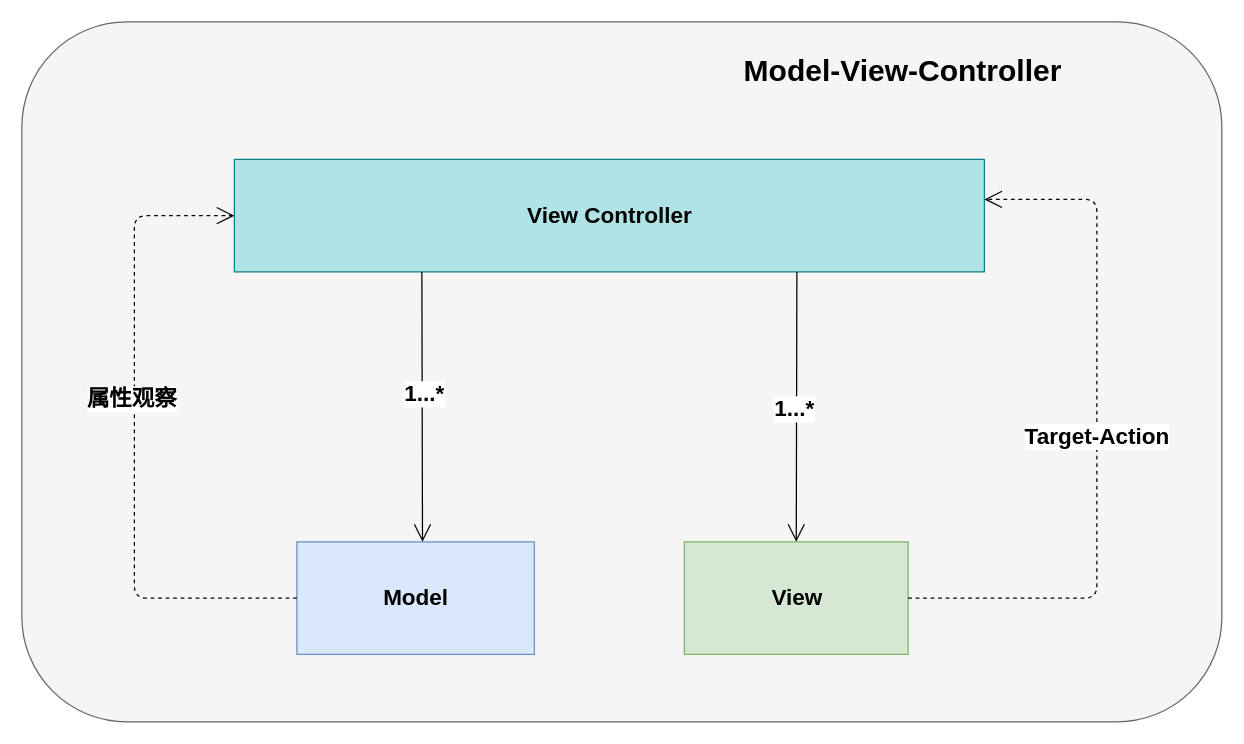
Above: page "MVC" (2 of 4) of OrzSwiftDP.drawio in OrzGeeker/OrzDP (draw.io), before the change. Source tidied: cells renumbered, new cells numbered last; positions are measured from the earlier drawing's top-left corner, leaving out a move shared by most shapes. Both pictures are drawn from the tidied source at 125%, with x=0, y=0 at pixel (21, 21).
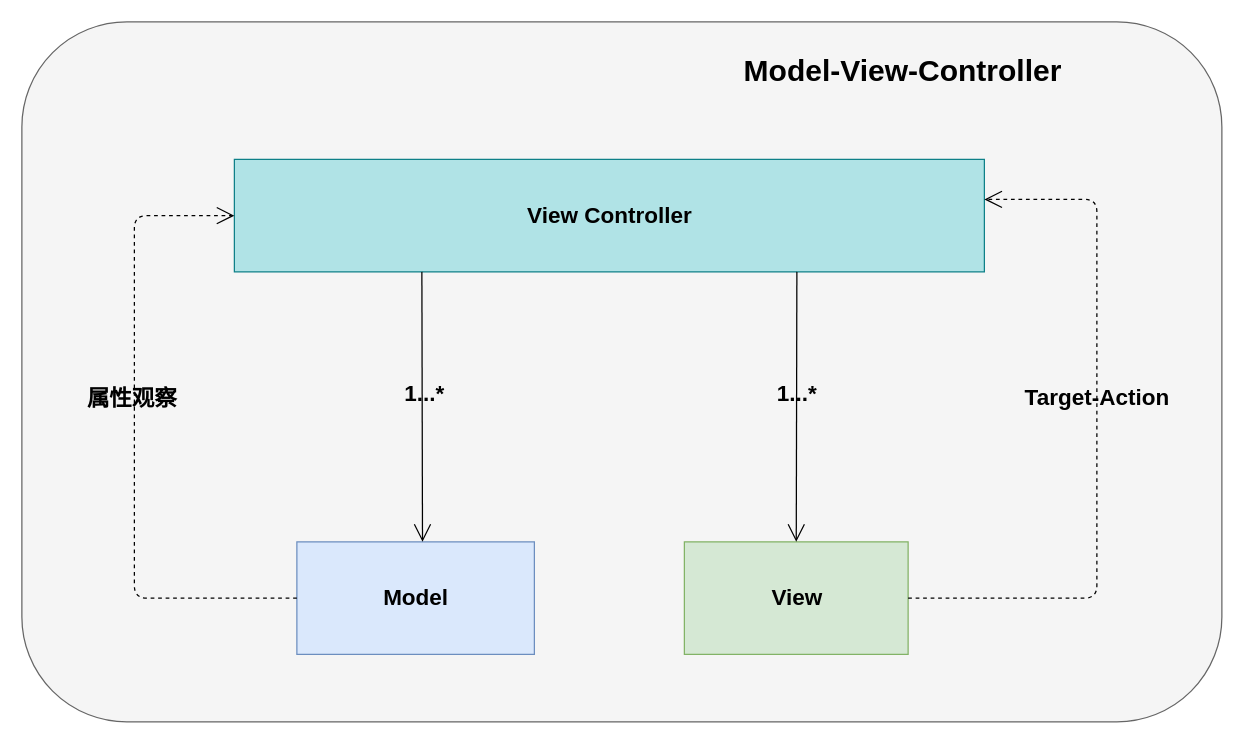
After the change.

Diff of the diagram source:
```diff
@@
 <mxGraphModel>
   <root>
     <mxCell id="0" />
     <mxCell id="1" parent="0" />
     <mxCell id="2" style="group;rounded=0;" parent="1" vertex="1">
       <mxGeometry width="960" height="560" as="geometry" />
     </mxCell>
     <mxCell id="3" style="rounded=1;whiteSpace=wrap;html=1;fillColor=#f5f5f5;strokeColor=#666666;fontColor=#333333;" parent="2" vertex="1">
       <mxGeometry width="960" height="560" as="geometry" />
     </mxCell>
     <mxCell id="4" value="&lt;font style=&quot;font-size: 18px&quot;&gt;&lt;b&gt;View Controller&lt;/b&gt;&lt;/font&gt;" style="html=1;fillColor=#b0e3e6;strokeColor=#0e8088;" parent="2" vertex="1">
       <mxGeometry x="170" y="110" width="600" height="90" as="geometry" />
     </mxCell>
     <mxCell id="5" value="&lt;font style=&quot;font-size: 18px&quot;&gt;&lt;b&gt;Model&lt;/b&gt;&lt;/font&gt;" style="html=1;fillColor=#dae8fc;strokeColor=#6c8ebf;" parent="2" vertex="1">
       <mxGeometry x="220" y="416" width="190" height="90" as="geometry" />
     </mxCell>
     <mxCell id="6" value="&lt;font size=&quot;4&quot;&gt;&lt;b&gt;View&lt;/b&gt;&lt;/font&gt;" style="html=1;fillColor=#d5e8d4;strokeColor=#82b366;" parent="2" vertex="1">
       <mxGeometry x="530" y="416" width="179" height="90" as="geometry" />
     </mxCell>
     <mxCell id="7" style="endArrow=open;endFill=1;endSize=12;html=1;entryX=0.529;entryY=0;entryDx=0;entryDy=0;exitX=0.25;exitY=1;exitDx=0;exitDy=0;entryPerimeter=0;" parent="2" edge="1" source="4" target="5">
       <mxGeometry relative="1" as="geometry" />
     </mxCell>
-    <mxCell id="8" value="&lt;b&gt;&lt;font style=&quot;font-size: 18px&quot;&gt;1...*&lt;/font&gt;&lt;/b&gt;" style="edgeLabel;html=1;align=center;verticalAlign=middle;" parent="7" vertex="1">
+    <mxCell id="8" value="&lt;b&gt;&lt;font style=&quot;font-size: 18px&quot;&gt;1...*&lt;/font&gt;&lt;/b&gt;" style="edgeLabel;html=1;align=center;verticalAlign=middle;labelBackgroundColor=none;" parent="7" vertex="1">
       <mxGeometry x="-0.09" y="1" relative="1" as="geometry" />
     </mxCell>
     <mxCell id="9" style="endArrow=open;endFill=1;endSize=12;html=1;exitX=0.75;exitY=1;exitDx=0;exitDy=0;entryX=0.5;entryY=0;entryDx=0;entryDy=0;" parent="2" edge="1" source="4" target="6">
       <mxGeometry relative="1" as="geometry" />
     </mxCell>
-    <mxCell id="10" value="&lt;b&gt;&lt;font style=&quot;font-size: 18px&quot;&gt;1...*&lt;/font&gt;&lt;/b&gt;" style="edgeLabel;html=1;align=center;verticalAlign=middle;" parent="9" vertex="1">
-      <mxGeometry x="0.02" y="-2" relative="1" as="geometry" />
+    <mxCell id="10" value="&lt;b&gt;&lt;font style=&quot;font-size: 18px&quot;&gt;1...*&lt;/font&gt;&lt;/b&gt;" style="edgeLabel;html=1;align=center;verticalAlign=middle;labelBackgroundColor=none;" parent="9" vertex="1">
+      <mxGeometry x="0.02" y="-2" relative="1" as="geometry">
+        <mxPoint x="1.8" y="-12" as="offset" />
+      </mxGeometry>
     </mxCell>
-    <mxCell id="11" value="&lt;b&gt;&lt;font style=&quot;font-size: 18px&quot;&gt;Target-Action&lt;/font&gt;&lt;/b&gt;" style="endArrow=open;endSize=12;dashed=1;html=1;exitX=1;exitY=0.5;exitDx=0;exitDy=0;entryX=1;entryY=0.356;entryDx=0;entryDy=0;entryPerimeter=0;" parent="2" edge="1" source="6" target="4">
-      <mxGeometry relative="1" as="geometry">
+    <mxCell id="11" value="&lt;b&gt;&lt;font style=&quot;font-size: 18px&quot;&gt;Target-Action&lt;/font&gt;&lt;/b&gt;" style="endArrow=open;endSize=12;dashed=1;html=1;exitX=1;exitY=0.5;exitDx=0;exitDy=0;entryX=1;entryY=0.356;entryDx=0;entryDy=0;entryPerimeter=0;labelBackgroundColor=none;" parent="2" edge="1" source="6" target="4">
+      <mxGeometry x="0.11" relative="1" as="geometry">
         <Array as="points">
           <mxPoint x="860" y="461" />
           <mxPoint x="860" y="142" />
         </Array>
       </mxGeometry>
     </mxCell>
-    <mxCell id="12" value="&lt;b&gt;&lt;font style=&quot;font-size: 18px&quot;&gt;属性观察&lt;/font&gt;&lt;/b&gt;" style="endArrow=open;endSize=12;dashed=1;html=1;exitX=0;exitY=0.5;exitDx=0;exitDy=0;entryX=0;entryY=0.5;entryDx=0;entryDy=0;" parent="2" edge="1" source="5" target="4">
+    <mxCell id="12" value="&lt;b&gt;&lt;font style=&quot;font-size: 18px&quot;&gt;属性观察&lt;/font&gt;&lt;/b&gt;" style="endArrow=open;endSize=12;dashed=1;html=1;exitX=0;exitY=0.5;exitDx=0;exitDy=0;entryX=0;entryY=0.5;entryDx=0;entryDy=0;labelBackgroundColor=none;" parent="2" edge="1" source="5" target="4">
       <mxGeometry x="0.12" y="2" relative="1" as="geometry">
         <Array as="points">
           <mxPoint x="90" y="461" />
           <mxPoint x="90" y="155" />
         </Array>
       </mxGeometry>
     </mxCell>
     <mxCell id="13" value="&lt;b&gt;&lt;font style=&quot;font-size: 24px&quot;&gt;Model-View-Controller&lt;/font&gt;&lt;/b&gt;" style="text;html=1;strokeColor=none;fillColor=none;align=center;verticalAlign=middle;whiteSpace=wrap;rounded=0;" parent="2" vertex="1">
       <mxGeometry x="530" width="350" height="80" as="geometry" />
     </mxCell>
   </root>
 </mxGraphModel>
```
